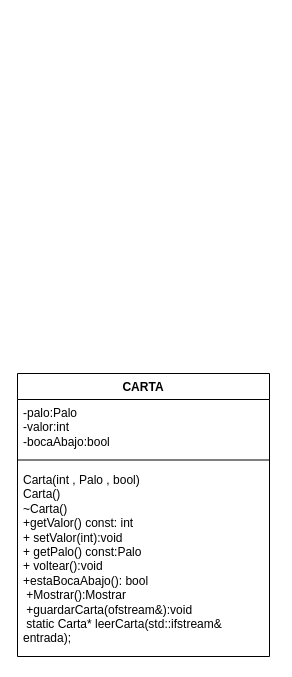
Above: page "Page-1" (1 of 2) of Proyecto p1 Blackjack/Diagrama sin título.drawio in KathSSs/Proyecto-p1-Blackjack (draw.io), before the change. Source tidied: cells renumbered, new cells numbered last; positions are measured from the earlier drawing's top-left corner, leaving out a move shared by most shapes. Both pictures are drawn from the tidied source at 100%, with x=0, y=0 at pixel (17, 373).
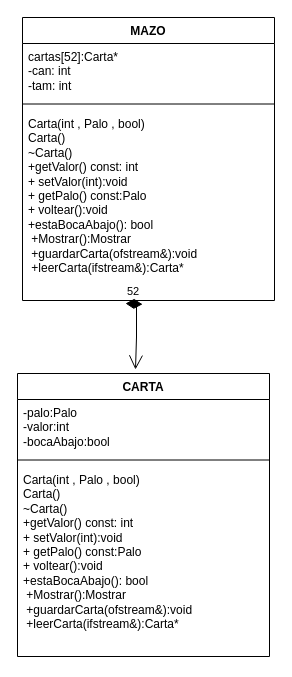
After the change.

Change to the diagram source:
```diff
@@
 <mxGraphModel>
   <root>
     <mxCell id="0" />
     <mxCell id="1" parent="0" />
     <mxCell id="2" value="CARTA" style="swimlane;fontStyle=1;align=center;verticalAlign=top;horizontal=1;startSize=26;whiteSpace=wrap;html=1;" parent="1" vertex="1">
       <mxGeometry width="252" height="283" as="geometry" />
     </mxCell>
     <mxCell id="3" value="-palo:Palo&lt;br&gt;-valor:int&amp;nbsp;&lt;br&gt;-bocaAbajo:bool" style="text;strokeColor=none;fillColor=none;align=left;verticalAlign=top;spacingLeft=4;spacingRight=4;overflow=hidden;whiteSpace=wrap;html=1;" parent="2" vertex="1">
       <mxGeometry y="26" width="252" height="54" as="geometry" />
     </mxCell>
     <mxCell id="4" style="line;strokeWidth=1;fillColor=none;align=left;verticalAlign=middle;spacingTop=-1;spacingLeft=3;spacingRight=3;labelPosition=right;strokeColor=inherit;" parent="2" vertex="1">
       <mxGeometry y="80" width="252" height="13" as="geometry" />
     </mxCell>
-    <mxCell id="5" value="&lt;div&gt;Carta(int , Palo , bool)&lt;/div&gt;&lt;div&gt;Carta()&lt;/div&gt;&lt;div&gt;~Carta()&lt;/div&gt;&lt;div&gt;&lt;div&gt;+getValor() const: int&amp;nbsp;&lt;/div&gt;&lt;div&gt;+ setValor(int):void&lt;/div&gt;&lt;div&gt;+ getPalo() const:Palo&amp;nbsp;&lt;/div&gt;&lt;div&gt;+ voltear():void&lt;/div&gt;&lt;/div&gt;&lt;div&gt;&lt;div&gt;+estaBocaAbajo(): bool&lt;/div&gt;&lt;div&gt;&amp;nbsp;+Mostrar():Mostrar&lt;/div&gt;&lt;div&gt;&amp;nbsp;+guardarCarta(ofstream&amp;amp;):void&lt;/div&gt;&lt;div&gt;&amp;nbsp;static Carta* leerCarta(std::ifstream&amp;amp; entrada);&lt;/div&gt;&lt;/div&gt;" style="text;strokeColor=none;fillColor=none;align=left;verticalAlign=top;spacingLeft=4;spacingRight=4;overflow=hidden;whiteSpace=wrap;html=1;" parent="2" vertex="1">
+    <mxCell id="5" value="&lt;div&gt;Carta(int , Palo , bool)&lt;/div&gt;&lt;div&gt;Carta()&lt;/div&gt;&lt;div&gt;~Carta()&lt;/div&gt;&lt;div&gt;&lt;div&gt;+getValor() const: int&amp;nbsp;&lt;/div&gt;&lt;div&gt;+ setValor(int):void&lt;/div&gt;&lt;div&gt;+ getPalo() const:Palo&amp;nbsp;&lt;/div&gt;&lt;div&gt;+ voltear():void&lt;/div&gt;&lt;/div&gt;&lt;div&gt;&lt;div&gt;+estaBocaAbajo(): bool&lt;/div&gt;&lt;div&gt;&amp;nbsp;+Mostrar():Mostrar&lt;/div&gt;&lt;div&gt;&amp;nbsp;+guardarCarta(ofstream&amp;amp;):void&lt;/div&gt;&lt;div&gt;&amp;nbsp;+leerCarta(ifstream&amp;amp;):Carta*&lt;/div&gt;&lt;/div&gt;" style="text;strokeColor=none;fillColor=none;align=left;verticalAlign=top;spacingLeft=4;spacingRight=4;overflow=hidden;whiteSpace=wrap;html=1;" parent="2" vertex="1">
       <mxGeometry y="93" width="252" height="190" as="geometry" />
     </mxCell>
+    <mxCell id="6" value="MAZO" style="swimlane;fontStyle=1;align=center;verticalAlign=top;horizontal=1;startSize=26;whiteSpace=wrap;html=1;" parent="1" vertex="1">
+      <mxGeometry x="5" y="-356" width="252" height="283" as="geometry" />
+    </mxCell>
+    <mxCell id="7" value="&lt;div&gt;cartas[52]:Carta*&lt;/div&gt;&lt;div&gt;-can: int&lt;/div&gt;&lt;div&gt;-tam: int&lt;/div&gt;" style="text;strokeColor=none;fillColor=none;align=left;verticalAlign=top;spacingLeft=4;spacingRight=4;overflow=hidden;whiteSpace=wrap;html=1;" parent="6" vertex="1">
+      <mxGeometry y="26" width="252" height="54" as="geometry" />
+    </mxCell>
+    <mxCell id="8" style="line;strokeWidth=1;fillColor=none;align=left;verticalAlign=middle;spacingTop=-1;spacingLeft=3;spacingRight=3;labelPosition=right;strokeColor=inherit;" parent="6" vertex="1">
+      <mxGeometry y="80" width="252" height="13" as="geometry" />
+    </mxCell>
+    <mxCell id="9" value="&lt;div&gt;Carta(int , Palo , bool)&lt;/div&gt;&lt;div&gt;Carta()&lt;/div&gt;&lt;div&gt;~Carta()&lt;/div&gt;&lt;div&gt;&lt;div&gt;+getValor() const: int&amp;nbsp;&lt;/div&gt;&lt;div&gt;+ setValor(int):void&lt;/div&gt;&lt;div&gt;+ getPalo() const:Palo&amp;nbsp;&lt;/div&gt;&lt;div&gt;+ voltear():void&lt;/div&gt;&lt;/div&gt;&lt;div&gt;&lt;div&gt;+estaBocaAbajo(): bool&lt;/div&gt;&lt;div&gt;&amp;nbsp;+Mostrar():Mostrar&lt;/div&gt;&lt;div&gt;&amp;nbsp;+guardarCarta(ofstream&amp;amp;):void&lt;/div&gt;&lt;div&gt;&amp;nbsp;+leerCarta(ifstream&amp;amp;):Carta*&lt;/div&gt;&lt;/div&gt;" style="text;strokeColor=none;fillColor=none;align=left;verticalAlign=top;spacingLeft=4;spacingRight=4;overflow=hidden;whiteSpace=wrap;html=1;" parent="6" vertex="1">
+      <mxGeometry y="93" width="252" height="190" as="geometry" />
+    </mxCell>
+    <mxCell id="10" value="52" style="endArrow=open;html=1;endSize=12;startArrow=diamondThin;startSize=14;startFill=1;edgeStyle=orthogonalEdgeStyle;align=left;verticalAlign=bottom;rounded=0;" parent="1" edge="1">
+      <mxGeometry x="-1" y="3" relative="1" as="geometry">
+        <mxPoint x="108" y="-70" as="sourcePoint" />
+        <mxPoint x="118" y="-4" as="targetPoint" />
+      </mxGeometry>
+    </mxCell>
   </root>
 </mxGraphModel>
```
